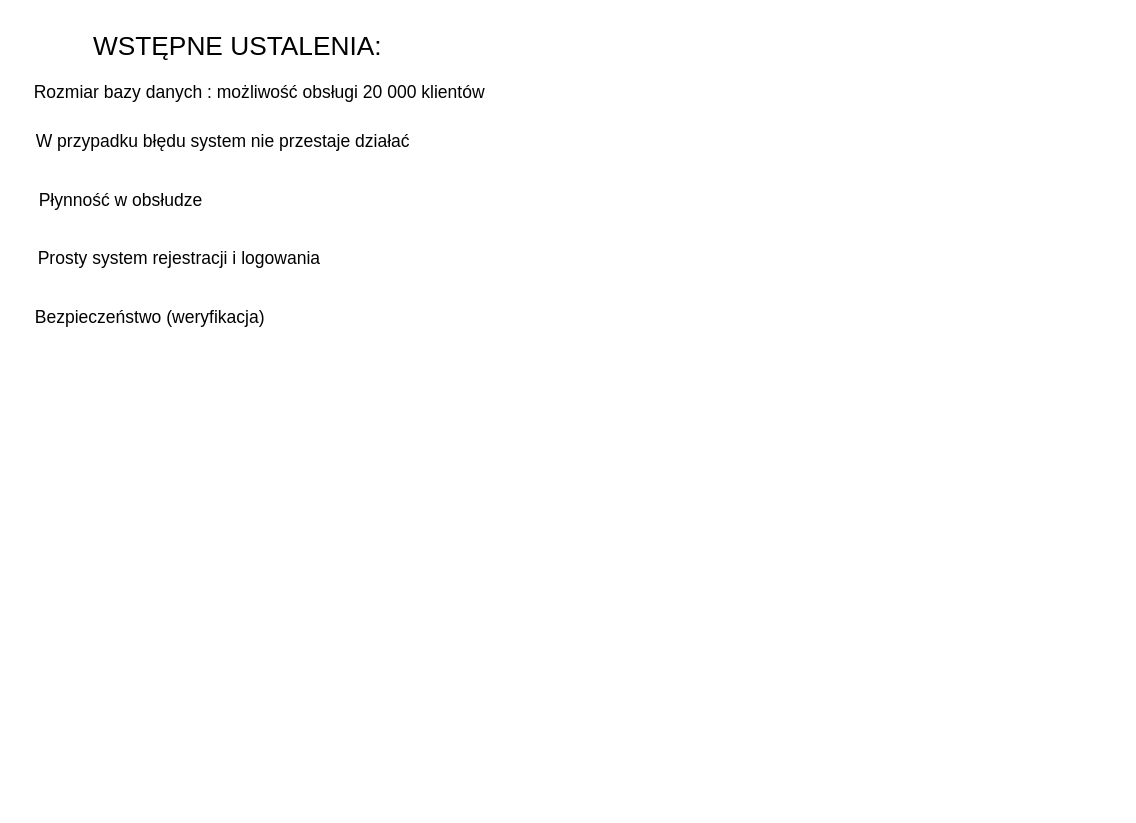
Man1exter/wifiFinder keeps this draw.io diagram as Untitled Diagram.drawio. Above is the earlier version. Source tidied: cells renumbered, new cells numbered last; positions are measured from the earlier drawing's top-left corner, leaving out a move shared by most shapes. Both pictures are drawn from the tidied source at 146%, with x=0, y=0 at pixel (25, 25).
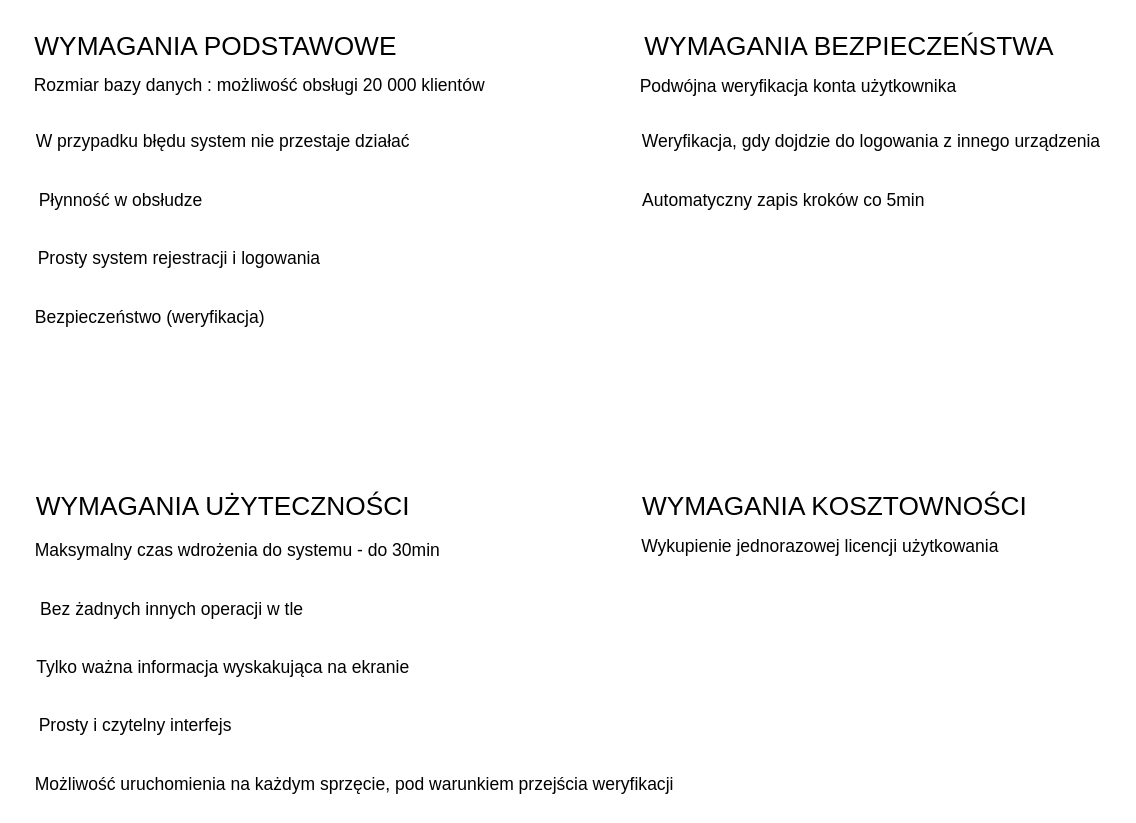
The same diagram, later.

Diff of the diagram source:
```diff
@@
 <mxGraphModel>
   <root>
     <mxCell id="0" />
     <mxCell id="1" parent="0" />
-    <mxCell id="2" value="WSTĘPNE USTALENIA:&lt;br style=&quot;font-size: 18px;&quot;&gt;" style="text;html=1;align=center;verticalAlign=middle;strokeColor=none;fillColor=none;fontSize=18;" parent="1" vertex="1">
-      <mxGeometry x="40" width="210" height="30" as="geometry" />
+    <mxCell id="2" value="WYMAGANIA PODSTAWOWE" style="text;html=1;align=center;verticalAlign=middle;strokeColor=none;fillColor=none;fontSize=18;" parent="1" vertex="1">
+      <mxGeometry width="260" height="30" as="geometry" />
     </mxCell>
     <mxCell id="3" value="&lt;font style=&quot;font-size: 12px&quot;&gt;Rozmiar bazy danych : możliwość obsługi 20 000 klientów&lt;br&gt;&lt;br&gt;&lt;/font&gt;" style="text;html=1;align=center;verticalAlign=middle;strokeColor=none;fillColor=none;fontSize=18;" parent="1" vertex="1">
-      <mxGeometry y="30" width="320" height="50" as="geometry" />
+      <mxGeometry y="25" width="320" height="50" as="geometry" />
     </mxCell>
     <mxCell id="4" value="W przypadku błędu system nie przestaje działać" style="text;html=1;align=center;verticalAlign=middle;strokeColor=none;fillColor=none;fontSize=12;" parent="1" vertex="1">
       <mxGeometry y="70" width="270" height="20" as="geometry" />
     </mxCell>
     <mxCell id="5" value="Płynność w obsłudze" style="text;html=1;align=center;verticalAlign=middle;strokeColor=none;fillColor=none;fontSize=12;" parent="1" vertex="1">
       <mxGeometry y="110" width="130" height="20" as="geometry" />
     </mxCell>
     <mxCell id="6" value="Prosty system rejestracji i logowania" style="text;html=1;align=center;verticalAlign=middle;strokeColor=none;fillColor=none;fontSize=12;" parent="1" vertex="1">
       <mxGeometry y="150" width="210" height="20" as="geometry" />
     </mxCell>
     <mxCell id="7" value="Bezpieczeństwo (weryfikacja)" style="text;html=1;align=center;verticalAlign=middle;strokeColor=none;fillColor=none;fontSize=12;" parent="1" vertex="1">
       <mxGeometry y="190" width="170" height="20" as="geometry" />
     </mxCell>
+    <mxCell id="8" value="&lt;span style=&quot;font-size: 18px&quot;&gt;WYMAGANIA BEZPIECZEŃSTWA&lt;/span&gt;" style="text;html=1;align=center;verticalAlign=middle;strokeColor=none;fillColor=none;fontSize=12;" parent="1" vertex="1">
+      <mxGeometry x="414" y="5" width="300" height="20" as="geometry" />
+    </mxCell>
+    <mxCell id="9" value="&lt;font style=&quot;font-size: 12px&quot;&gt;Podwójna weryfikacja konta użytkownika&lt;/font&gt;" style="text;html=1;align=center;verticalAlign=middle;strokeColor=none;fillColor=none;fontSize=18;" parent="1" vertex="1">
+      <mxGeometry x="414" y="25" width="230" height="30" as="geometry" />
+    </mxCell>
+    <mxCell id="10" value="Weryfikacja, gdy dojdzie do logowania z innego urządzenia&lt;br&gt;" style="text;html=1;align=center;verticalAlign=middle;strokeColor=none;fillColor=none;fontSize=12;" parent="1" vertex="1">
+      <mxGeometry x="414" y="70" width="330" height="20" as="geometry" />
+    </mxCell>
+    <mxCell id="11" value="Automatyczny zapis kroków co 5min" style="text;html=1;align=center;verticalAlign=middle;strokeColor=none;fillColor=none;fontSize=12;" parent="1" vertex="1">
+      <mxGeometry x="414" y="110" width="210" height="20" as="geometry" />
+    </mxCell>
+    <mxCell id="12" value="&lt;font style=&quot;font-size: 18px&quot;&gt;WYMAGANIA UŻYTECZNOŚCI&lt;/font&gt;" style="text;html=1;align=center;verticalAlign=middle;strokeColor=none;fillColor=none;fontSize=12;" parent="1" vertex="1">
+      <mxGeometry y="320" width="270" height="20" as="geometry" />
+    </mxCell>
+    <mxCell id="13" value="WYMAGANIA KOSZTOWNOŚCI&lt;br&gt;" style="text;html=1;align=center;verticalAlign=middle;strokeColor=none;fillColor=none;fontSize=18;" parent="1" vertex="1">
+      <mxGeometry x="414" y="315" width="280" height="30" as="geometry" />
+    </mxCell>
+    <mxCell id="14" value="&lt;span style=&quot;font-size: 12px&quot;&gt;Wykupienie jednorazowej licencji użytkowania&lt;br&gt;&lt;/span&gt;" style="text;html=1;align=center;verticalAlign=middle;strokeColor=none;fillColor=none;fontSize=18;" parent="1" vertex="1">
+      <mxGeometry x="414" y="340" width="260" height="30" as="geometry" />
+    </mxCell>
+    <mxCell id="15" value="Maksymalny czas wdrożenia do systemu - do 30min&lt;br&gt;" style="text;html=1;align=center;verticalAlign=middle;strokeColor=none;fillColor=none;fontSize=12;" parent="1" vertex="1">
+      <mxGeometry y="350" width="290" height="20" as="geometry" />
+    </mxCell>
+    <mxCell id="16" value="Bez żadnych innych operacji w tle&lt;br&gt;" style="text;html=1;align=center;verticalAlign=middle;strokeColor=none;fillColor=none;fontSize=12;" parent="1" vertex="1">
+      <mxGeometry y="390" width="200" height="20" as="geometry" />
+    </mxCell>
+    <mxCell id="17" value="Tylko ważna informacja wyskakująca na ekranie" style="text;html=1;align=center;verticalAlign=middle;strokeColor=none;fillColor=none;fontSize=12;" parent="1" vertex="1">
+      <mxGeometry y="430" width="270" height="20" as="geometry" />
+    </mxCell>
+    <mxCell id="18" value="Prosty i czytelny interfejs" style="text;html=1;align=center;verticalAlign=middle;strokeColor=none;fillColor=none;fontSize=12;" parent="1" vertex="1">
+      <mxGeometry y="470" width="150" height="20" as="geometry" />
+    </mxCell>
+    <mxCell id="19" value="Możliwość uruchomienia na każdym sprzęcie, pod warunkiem przejścia weryfikacji" style="text;html=1;align=center;verticalAlign=middle;strokeColor=none;fillColor=none;fontSize=12;" parent="1" vertex="1">
+      <mxGeometry y="510" width="450" height="20" as="geometry" />
+    </mxCell>
   </root>
 </mxGraphModel>
```
